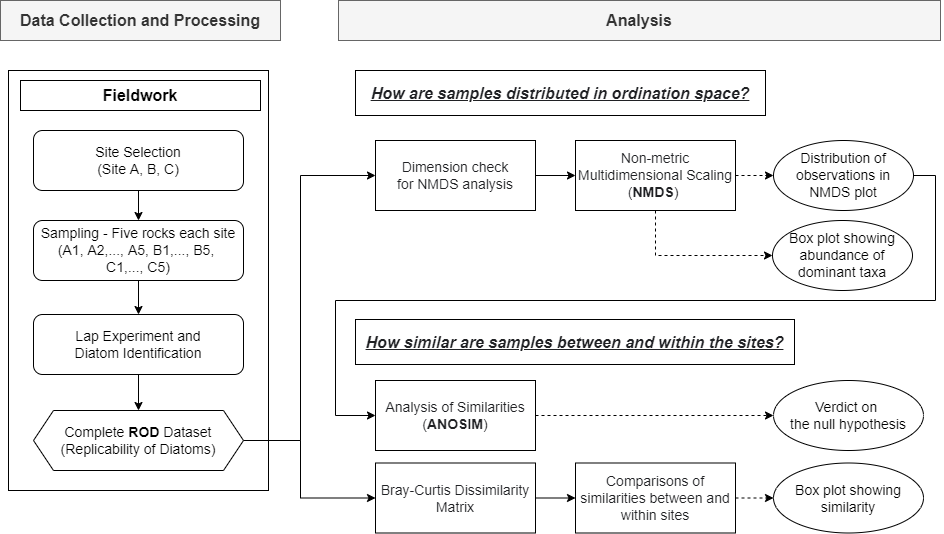
This is Chapter4_Flowchart.png from muyeoljung/PhD_Studyarea, a draw.io export, as it was before one commit. Source tidied: cells renumbered, new cells last; positions are measured from the earlier drawing's top-left corner, leaving out a move shared by most shapes.
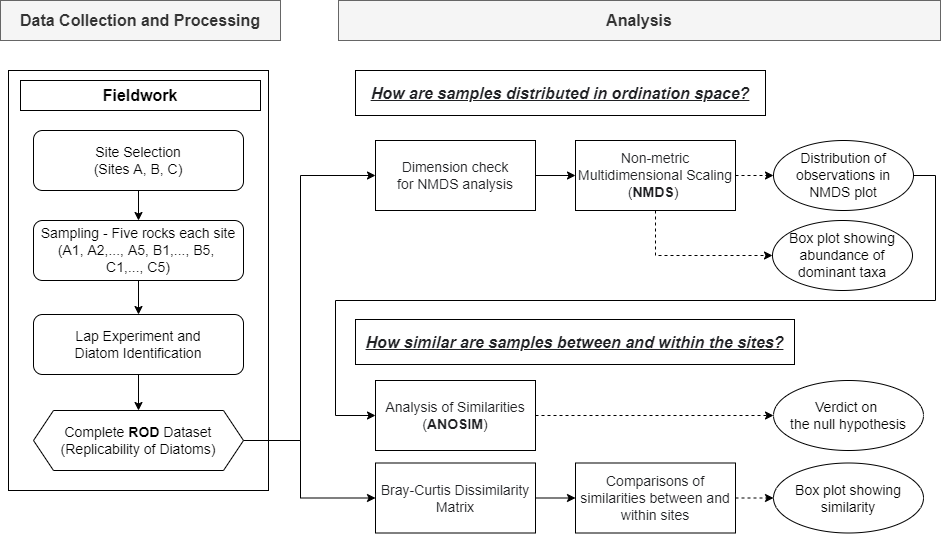
The same diagram one commit later.

The edit, as a diff of the source:
```diff
@@ -11,7 +11,7 @@
     <mxCell id="4" style="edgeStyle=orthogonalEdgeStyle;rounded=0;jettySize=auto;html=1;exitX=0.5;exitY=1;exitDx=0;exitDy=0;entryX=0.5;entryY=0;entryDx=0;entryDy=0;" parent="1" edge="1" source="5" target="7">
       <mxGeometry relative="1" as="geometry" />
     </mxCell>
-    <mxCell id="5" value="&lt;font style=&quot;font-size: 14px&quot;&gt;Site Selection&lt;br&gt;(Site A, B, C)&lt;/font&gt;" style="rounded=1;whiteSpace=wrap;html=1;" parent="1" vertex="1">
+    <mxCell id="5" value="&lt;font style=&quot;font-size: 14px&quot;&gt;Site Selection&lt;br&gt;(Sites A, B, C)&lt;/font&gt;" style="rounded=1;whiteSpace=wrap;html=1;" parent="1" vertex="1">
       <mxGeometry x="33" y="130" width="210" height="60" as="geometry" />
     </mxCell>
     <mxCell id="6" style="edgeStyle=orthogonalEdgeStyle;rounded=0;jettySize=auto;html=1;exitX=0.5;exitY=1;exitDx=0;exitDy=0;entryX=0.5;entryY=0;entryDx=0;entryDy=0;" parent="1" edge="1" source="7" target="9">
```
